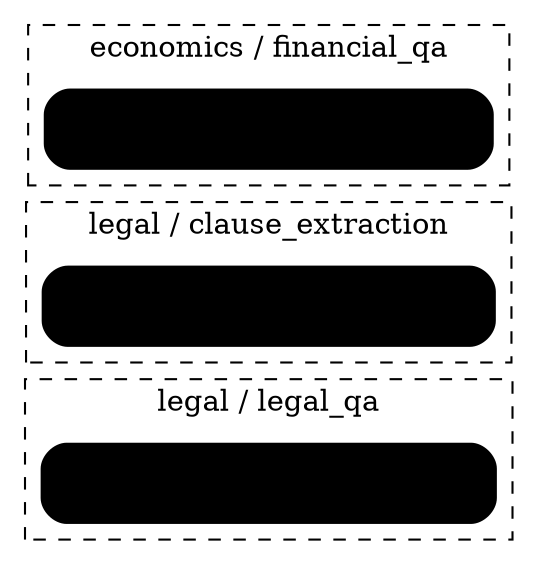
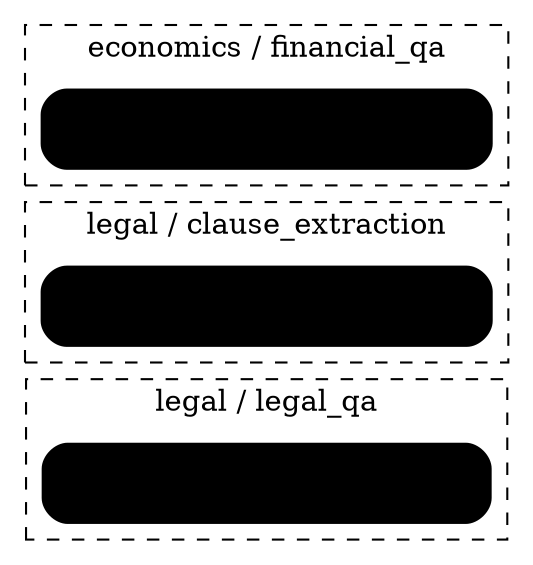
digraph Lineage {
  rankdir="LR";
  node [shape=box, style="rounded,filled", fillcolor="#eef"];
  subgraph cluster_legal_legal_qa {
    label="legal / legal_qa";
    style=dashed;
-     "comp_lega_legal_qa_092073" [label="comp_lega_legal_qa_092073\nscore=0.25"];
+     "comp_lega_legal_qa_cc5b05" [label="comp_lega_legal_qa_cc5b05\nscore=0.75"];
  }
  subgraph cluster_legal_clause_extraction {
    label="legal / clause_extraction";
    style=dashed;
-     "comp_lega_clause_e_3eaa11" [label="comp_lega_clause_e_3eaa11\nscore=0.37"];
+     "comp_lega_clause_e_cc5b05" [label="comp_lega_clause_e_cc5b05\nscore=0.38"];
  }
  subgraph cluster_economics_financial_qa {
    label="economics / financial_qa";
    style=dashed;
-     "comp_econ_financia_ce0110" [label="comp_econ_financia_ce0110\nscore=0.26"];
+     "comp_econ_financia_03114c" [label="comp_econ_financia_03114c\nscore=0.28"];
  }
}